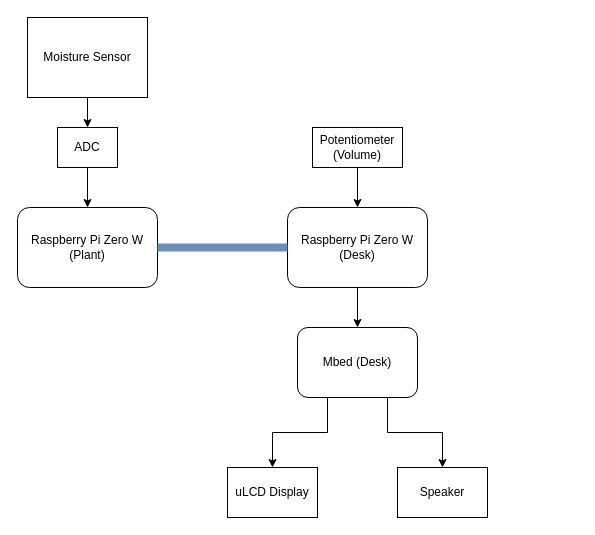
Before: PlantBuddyOverview.drawio in amwnag/ece4180-project, a draw.io diagram. Source tidied: cells renumbered, new cells numbered last; positions are measured from the earlier drawing's top-left corner, leaving out a move shared by most shapes. Both pictures are drawn from the tidied source at 100%, with x=0, y=0 at pixel (17, 17).
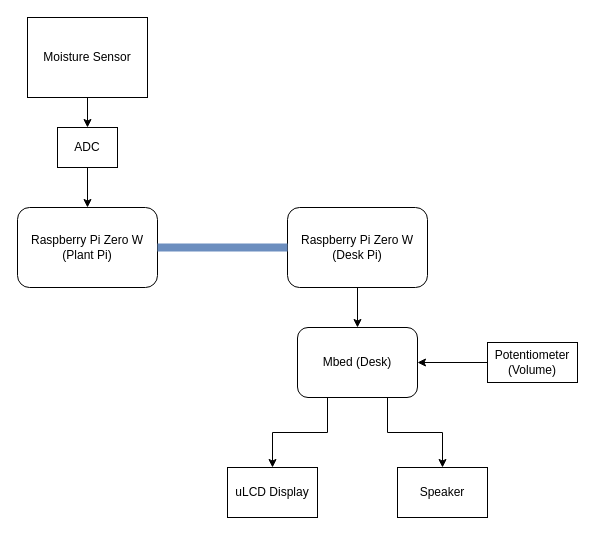
The same diagram, later.

Change to the diagram source:
```diff
@@
 <mxGraphModel>
   <root>
     <mxCell id="0" />
     <mxCell id="1" parent="0" />
     <mxCell id="2" style="edgeStyle=orthogonalEdgeStyle;rounded=0;jettySize=auto;html=1;" parent="1" edge="1" source="3" target="16">
       <mxGeometry relative="1" as="geometry" />
     </mxCell>
-    <mxCell id="3" value="Raspberry Pi Zero W (Desk)" style="rounded=1;whiteSpace=wrap;html=1;" parent="1" vertex="1">
+    <mxCell id="3" value="Raspberry Pi Zero W (Desk Pi)" style="rounded=1;whiteSpace=wrap;html=1;" parent="1" vertex="1">
       <mxGeometry x="270" y="190" width="140" height="80" as="geometry" />
     </mxCell>
-    <mxCell id="4" value="Raspberry Pi Zero W (Plant)" style="rounded=1;whiteSpace=wrap;html=1;" parent="1" vertex="1">
+    <mxCell id="4" value="Raspberry Pi Zero W (Plant Pi)" style="rounded=1;whiteSpace=wrap;html=1;" parent="1" vertex="1">
       <mxGeometry y="190" width="140" height="80" as="geometry" />
     </mxCell>
     <mxCell id="5" style="edgeStyle=orthogonalEdgeStyle;rounded=0;jettySize=auto;html=1;" parent="1" edge="1" source="6" target="8">
       <mxGeometry relative="1" as="geometry" />
     </mxCell>
     <mxCell id="6" value="Moisture Sensor" style="rounded=0;whiteSpace=wrap;html=1;" parent="1" vertex="1">
       <mxGeometry x="10" width="120" height="80" as="geometry" />
     </mxCell>
     <mxCell id="7" style="edgeStyle=orthogonalEdgeStyle;rounded=0;jettySize=auto;html=1;entryX=0.5;entryY=0;entryDx=0;entryDy=0;" parent="1" edge="1" source="8" target="4">
       <mxGeometry relative="1" as="geometry" />
     </mxCell>
     <mxCell id="8" value="ADC" style="rounded=0;whiteSpace=wrap;html=1;" parent="1" vertex="1">
       <mxGeometry x="40" y="110" width="60" height="40" as="geometry" />
     </mxCell>
     <mxCell id="9" style="endArrow=none;html=1;rounded=0;fillColor=#dae8fc;strokeColor=#6c8ebf;strokeWidth=8;exitX=0;exitY=0.5;exitDx=0;exitDy=0;" parent="1" edge="1" source="3">
       <mxGeometry relative="1" as="geometry">
         <mxPoint x="140" y="230" as="targetPoint" />
       </mxGeometry>
     </mxCell>
-    <mxCell id="10" style="edgeStyle=orthogonalEdgeStyle;rounded=0;jettySize=auto;html=1;" parent="1" edge="1" source="11" target="3">
-      <mxGeometry relative="1" as="geometry" />
-    </mxCell>
+    <mxCell id="18" style="edgeStyle=orthogonalEdgeStyle;rounded=0;jettySize=auto;html=1;" parent="1" edge="1" source="11" target="16">
+      <mxGeometry relative="1" as="geometry" />
+    </mxCell>
     <mxCell id="11" value="Potentiometer&lt;br&gt;(Volume)" style="rounded=0;whiteSpace=wrap;html=1;" parent="1" vertex="1">
-      <mxGeometry x="295" y="110" width="90" height="40" as="geometry" />
+      <mxGeometry x="470" y="325" width="90" height="40" as="geometry" />
     </mxCell>
     <mxCell id="12" value="uLCD Display" style="rounded=0;whiteSpace=wrap;html=1;" parent="1" vertex="1">
       <mxGeometry x="210" y="450" width="90" height="50" as="geometry" />
     </mxCell>
     <mxCell id="13" value="Speaker" style="rounded=0;whiteSpace=wrap;html=1;" parent="1" vertex="1">
       <mxGeometry x="380" y="450" width="90" height="50" as="geometry" />
     </mxCell>
     <mxCell id="14" style="edgeStyle=orthogonalEdgeStyle;rounded=0;jettySize=auto;html=1;exitX=0.25;exitY=1;exitDx=0;exitDy=0;entryX=0.5;entryY=0;entryDx=0;entryDy=0;" parent="1" edge="1" source="16" target="12">
       <mxGeometry relative="1" as="geometry" />
     </mxCell>
     <mxCell id="15" style="edgeStyle=orthogonalEdgeStyle;rounded=0;jettySize=auto;html=1;exitX=0.75;exitY=1;exitDx=0;exitDy=0;entryX=0.5;entryY=0;entryDx=0;entryDy=0;" parent="1" edge="1" source="16" target="13">
       <mxGeometry relative="1" as="geometry" />
     </mxCell>
     <mxCell id="16" value="Mbed (Desk)" style="rounded=1;whiteSpace=wrap;html=1;" parent="1" vertex="1">
       <mxGeometry x="280" y="310" width="120" height="70" as="geometry" />
     </mxCell>
     <mxCell id="17" style="edgeStyle=orthogonalEdgeStyle;rounded=0;orthogonalLoop=1;jettySize=auto;html=1;exitX=0.5;exitY=1;exitDx=0;exitDy=0;" parent="1" edge="1" source="16" target="16">
       <mxGeometry relative="1" as="geometry" />
     </mxCell>
   </root>
 </mxGraphModel>
```
